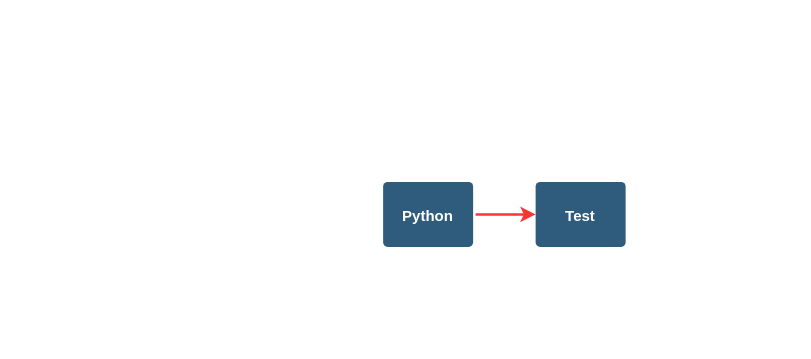
TheShak64/CHEATSHEET-Python keeps this draw.io diagram as Python Summary.drawio. Above is the earlier version. Source tidied: cells renumbered, new cells numbered last; positions are measured from the earlier drawing's top-left corner, leaving out a move shared by most shapes. Both pictures are drawn from the tidied source at 125%, with x=0, y=0 at pixel (382, 181).
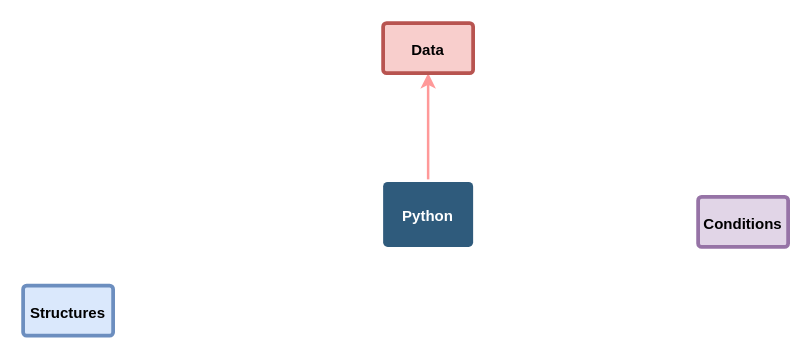
Above is the later version.

Commit message:
Python Summary

The edit, as a diff of the source:
```diff
@@
 <mxGraphModel background="#ffffff">
   <root>
     <mxCell id="0" />
     <mxCell id="1" parent="0" />
     <mxCell id="2" value="&lt;font style=&quot;font-size: 12px&quot;&gt;Python&lt;/font&gt;" style="rounded=1;whiteSpace=wrap;html=1;shadow=0;labelBackgroundColor=none;strokeColor=none;strokeWidth=3;fillColor=#2F5B7C;fontFamily=Helvetica;fontSize=16;fontColor=#FFFFFF;align=center;fontStyle=1;spacing=5;arcSize=7;perimeterSpacing=2;direction=west;" parent="1" vertex="1">
       <mxGeometry width="72" height="52" as="geometry" />
     </mxCell>
-    <mxCell id="3" style="endArrow=classic;html=1;exitX=0;exitY=0.5;exitDx=0;exitDy=0;strokeWidth=2;strokeColor=#FF3333;" parent="1" edge="1" source="2">
+    <mxCell id="3" style="endArrow=classic;html=1;exitX=0.5;exitY=1;exitDx=0;exitDy=0;strokeWidth=2;strokeColor=#FF9999;" parent="1" edge="1" source="2">
       <mxGeometry relative="1" as="geometry">
-        <mxPoint x="122" y="26" as="targetPoint" />
+        <mxPoint x="36" y="-87" as="targetPoint" />
       </mxGeometry>
     </mxCell>
-    <mxCell id="4" value="&lt;font style=&quot;font-size: 12px&quot;&gt;Test&lt;/font&gt;" style="rounded=1;whiteSpace=wrap;html=1;shadow=0;labelBackgroundColor=none;strokeColor=none;strokeWidth=3;fillColor=#2F5B7C;fontFamily=Helvetica;fontSize=16;fontColor=#FFFFFF;align=center;fontStyle=1;spacing=5;arcSize=7;perimeterSpacing=2;direction=west;" parent="1" vertex="1">
-      <mxGeometry x="122" width="72" height="52" as="geometry" />
+    <mxCell id="4" value="&lt;font style=&quot;font-size: 12px&quot;&gt;Data&lt;/font&gt;" style="rounded=1;whiteSpace=wrap;html=1;shadow=0;labelBackgroundColor=none;strokeColor=#b85450;strokeWidth=3;fillColor=#f8cecc;fontFamily=Helvetica;fontSize=16;align=center;fontStyle=1;spacing=5;arcSize=7;perimeterSpacing=2;direction=west;" parent="1" vertex="1">
+      <mxGeometry y="-127" width="72" height="40" as="geometry" />
     </mxCell>
+    <mxCell id="5" value="&lt;font style=&quot;font-size: 12px&quot;&gt;Conditions&lt;/font&gt;" style="rounded=1;whiteSpace=wrap;html=1;shadow=0;labelBackgroundColor=none;strokeColor=#9673a6;strokeWidth=3;fillColor=#e1d5e7;fontFamily=Helvetica;fontSize=16;align=center;fontStyle=1;spacing=5;arcSize=7;perimeterSpacing=2;direction=west;" parent="1" vertex="1">
+      <mxGeometry x="252" y="12" width="72" height="40" as="geometry" />
+    </mxCell>
+    <mxCell id="6" value="&lt;font style=&quot;font-size: 12px&quot;&gt;Structures&lt;/font&gt;" style="rounded=1;whiteSpace=wrap;html=1;shadow=0;labelBackgroundColor=none;strokeColor=#6c8ebf;strokeWidth=3;fillColor=#dae8fc;fontFamily=Helvetica;fontSize=16;align=center;fontStyle=1;spacing=5;arcSize=7;perimeterSpacing=2;direction=west;" parent="1" vertex="1">
+      <mxGeometry x="-288" y="83" width="72" height="40" as="geometry" />
+    </mxCell>
   </root>
 </mxGraphModel>
```
